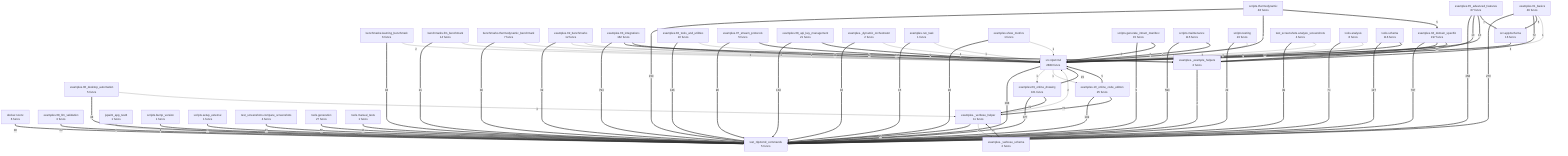
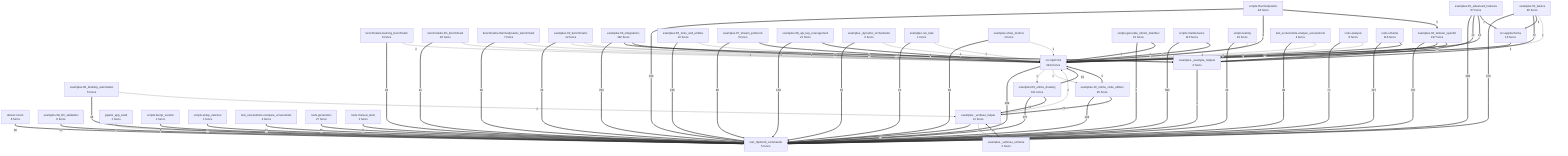
flowchart TD
- %% generated in 0.08s
+ %% generated in 0.17s
    benchmarks__learning_benchmark["benchmarks.learning_benchmark<br/>6 funcs"]
-     benchmarks__llm_benchmark["benchmarks.llm_benchmark<br/>14 funcs"]
+     benchmarks__llm_benchmark["benchmarks.llm_benchmark<br/>20 funcs"]
    benchmarks__thermodynamic_benchmark["benchmarks.thermodynamic_benchmark<br/>7 funcs"]
    docker__novnc["docker.novnc<br/>6 funcs"]
    examples__01_basics["examples.01_basics<br/>46 funcs"]
    examples__02_benchmarks["examples.02_benchmarks<br/>12 funcs"]
    examples__03_integrations["examples.03_integrations<br/>162 funcs"]
    examples__04_domain_specific["examples.04_domain_specific<br/>197 funcs"]
    examples__05_advanced_features["examples.05_advanced_features<br/>67 funcs"]
    examples__06_desktop_automation["examples.06_desktop_automation<br/>5 funcs"]
    examples__06_tools_and_utilities["examples.06_tools_and_utilities<br/>10 funcs"]
    examples__07_stream_protocols["examples.07_stream_protocols<br/>5 funcs"]
    examples__08_api_key_management["examples.08_api_key_management<br/>21 funcs"]
-     examples__08_llm_validation["examples.08_llm_validation<br/>3 funcs"]
+     examples__08_llm_validation["examples.08_llm_validation<br/>6 funcs"]
    examples__09_online_drawing["examples.09_online_drawing<br/>101 funcs"]
    examples__10_online_code_editors["examples.10_online_code_editors<br/>25 funcs"]
    examples___dynamic_orchestrator["examples._dynamic_orchestrator<br/>2 funcs"]
    examples___example_helpers["examples._example_helpers<br/>2 funcs"]
    examples___verbose_helper["examples._verbose_helper<br/>11 funcs"]
    examples___verbose_schema["examples._verbose_schema<br/>2 funcs"]
    examples__run_task["examples.run_task<br/>1 funcs"]
    examples__show_metrics["examples.show_metrics<br/>1 funcs"]
    jspaint_app_test4["jspaint_app_test4<br/>1 funcs"]
    scripts__bump_version["scripts.bump_version<br/>1 funcs"]
    scripts__generate_intract_manifest["scripts.generate_intract_manifest<br/>15 funcs"]
    scripts__maintenance["scripts.maintenance<br/>115 funcs"]
    scripts__setup_external["scripts.setup_external<br/>1 funcs"]
    scripts__testing["scripts.testing<br/>23 funcs"]
    scripts__thermodynamic["scripts.thermodynamic<br/>48 funcs"]
    src__app2schema["src.app2schema<br/>16 funcs"]
-     src__nlp2cmd["src.nlp2cmd<br/>2889 funcs"]
+     src__nlp2cmd["src.nlp2cmd<br/>2914 funcs"]
    test_nlp2cmd_commands["test_nlp2cmd_commands<br/>5 funcs"]
    test_screenshots__analyze_screenshots["test_screenshots.analyze_screenshots<br/>4 funcs"]
    test_screenshots__compare_screenshots["test_screenshots.compare_screenshots<br/>4 funcs"]
    tools__analysis["tools.analysis<br/>8 funcs"]
    tools__generation["tools.generation<br/>27 funcs"]
    tools__manual_tests["tools.manual_tests<br/>1 funcs"]
    tools__schema["tools.schema<br/>116 funcs"]
    examples__04_domain_specific ==>|797| test_nlp2cmd_commands
    examples__03_integrations ==>|793| test_nlp2cmd_commands
    scripts__maintenance ==>|593| test_nlp2cmd_commands
    examples__05_advanced_features ==>|458| test_nlp2cmd_commands
    examples__09_online_drawing ==>|377| test_nlp2cmd_commands
-     src__nlp2cmd ==>|368| test_nlp2cmd_commands
+     src__nlp2cmd ==>|369| test_nlp2cmd_commands
    examples__01_basics ==>|270| test_nlp2cmd_commands
    scripts__thermodynamic ==>|159| test_nlp2cmd_commands
    examples__10_online_code_editors ==>|139| test_nlp2cmd_commands
    examples__06_tools_and_utilities ==>|136| test_nlp2cmd_commands
    tools__schema ==>|127| test_nlp2cmd_commands
    examples__08_api_key_management ==>|104| test_nlp2cmd_commands
    examples__07_stream_protocols ==>|90| test_nlp2cmd_commands
    tools__analysis ==>|74| test_nlp2cmd_commands
    examples__01_basics ==>|72| examples___example_helpers
    examples__10_online_code_editors ==>|72| examples___verbose_helper
    examples__02_benchmarks ==>|69| test_nlp2cmd_commands
    tools__generation ==>|56| test_nlp2cmd_commands
    examples__04_domain_specific ==>|50| examples___example_helpers
    examples__03_integrations ==>|48| examples___example_helpers
    examples__06_desktop_automation ==>|48| test_nlp2cmd_commands
    test_screenshots__analyze_screenshots ==>|39| test_nlp2cmd_commands
    benchmarks__thermodynamic_benchmark ==>|38| test_nlp2cmd_commands
    docker__novnc ==>|30| test_nlp2cmd_commands
    scripts__testing ==>|29| test_nlp2cmd_commands
    examples__show_metrics ==>|26| test_nlp2cmd_commands
    examples___verbose_helper ==>|25| test_nlp2cmd_commands
    examples__08_llm_validation ==>|24| test_nlp2cmd_commands
    examples__09_online_drawing ==>|21| examples___verbose_helper
    benchmarks__llm_benchmark ==>|21| test_nlp2cmd_commands
    test_screenshots__compare_screenshots ==>|21| test_nlp2cmd_commands
    benchmarks__learning_benchmark ==>|18| test_nlp2cmd_commands
    examples__run_task ==>|15| test_nlp2cmd_commands
    examples__09_online_drawing ==>|15| src__nlp2cmd
    scripts__setup_external ==>|15| test_nlp2cmd_commands
    examples__03_integrations ==>|11| src__nlp2cmd
    examples__04_domain_specific ==>|11| src__nlp2cmd
    tools__manual_tests ==>|11| test_nlp2cmd_commands
    examples___verbose_schema ==>|10| examples___verbose_helper
    examples___dynamic_orchestrator ==>|10| test_nlp2cmd_commands
    examples__05_advanced_features ==>|10| examples___example_helpers
    examples__05_advanced_features ==>|10| src__nlp2cmd
    examples__08_api_key_management ==>|9| src__nlp2cmd
    examples__05_advanced_features ==>|7| src__app2schema
    examples__07_stream_protocols ==>|6| src__nlp2cmd
    scripts__thermodynamic ==>|6| src__nlp2cmd
    examples__01_basics ==>|5| src__app2schema
    examples__10_online_code_editors ==>|5| src__nlp2cmd
    tools__schema ==>|5| src__nlp2cmd
+     scripts__generate_intract_manifest ==>|5| test_nlp2cmd_commands
    scripts__thermodynamic ==>|5| examples__04_domain_specific
    scripts__maintenance ==>|5| src__nlp2cmd
-     scripts__generate_intract_manifest ==>|5| test_nlp2cmd_commands
    examples___example_helpers ==>|4| test_nlp2cmd_commands
    src__app2schema ==>|4| src__nlp2cmd
+     scripts__generate_intract_manifest ==>|4| src__nlp2cmd
    scripts__bump_version ==>|4| test_nlp2cmd_commands
-     scripts__generate_intract_manifest ==>|4| src__nlp2cmd
    examples__06_desktop_automation -->|3| examples___verbose_helper
    benchmarks__llm_benchmark -->|3| src__nlp2cmd
    benchmarks__thermodynamic_benchmark -->|3| src__nlp2cmd
    tools__analysis -->|3| src__nlp2cmd
    jspaint_app_test4 -->|2| test_nlp2cmd_commands
    examples___verbose_helper -->|2| src__nlp2cmd
    examples__02_benchmarks -->|2| examples___example_helpers
    benchmarks__learning_benchmark -->|2| src__nlp2cmd
    scripts__testing -->|2| src__nlp2cmd
    test_screenshots__analyze_screenshots -->|2| src__nlp2cmd
    examples__show_metrics -->|1| src__nlp2cmd
    examples___dynamic_orchestrator -->|1| src__nlp2cmd
    examples___verbose_helper -->|1| examples___verbose_schema
    examples__run_task -->|1| src__nlp2cmd
    examples__06_tools_and_utilities -->|1| src__nlp2cmd
    examples__02_benchmarks -->|1| src__nlp2cmd
    examples__01_basics -->|1| src__nlp2cmd
    src__nlp2cmd -->|1| examples__09_online_drawing
    src__nlp2cmd -->|1| examples__10_online_code_editors
